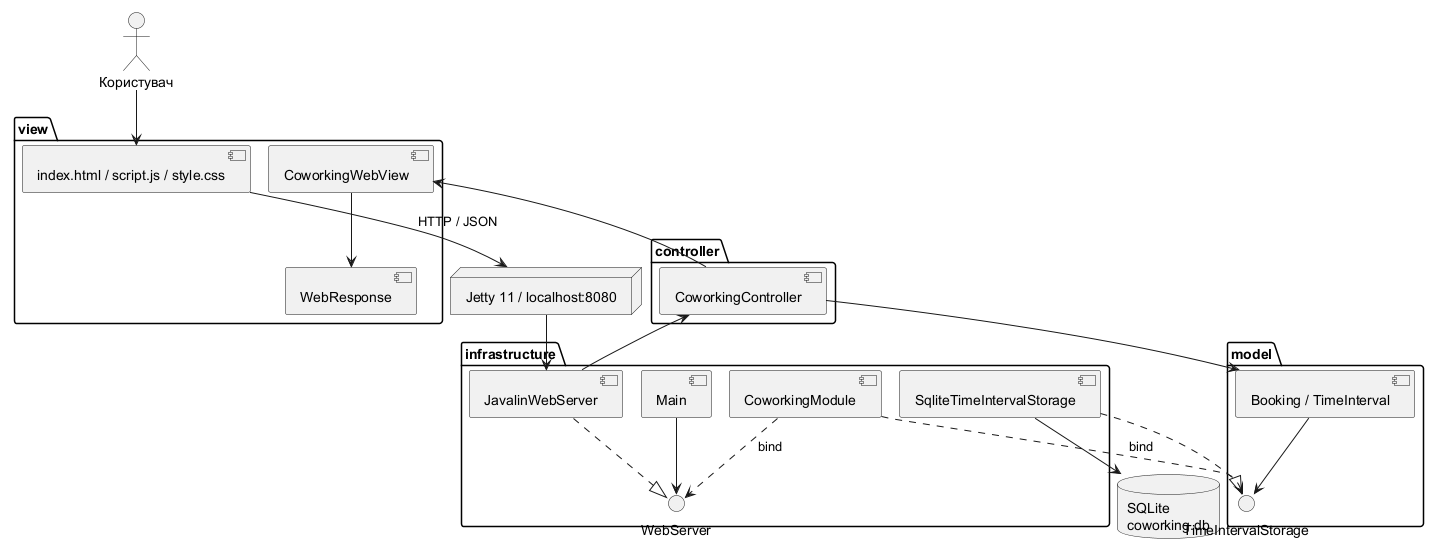
Above: docs/component.png in auulina21/coworking-19 (PlantUML), before the change.
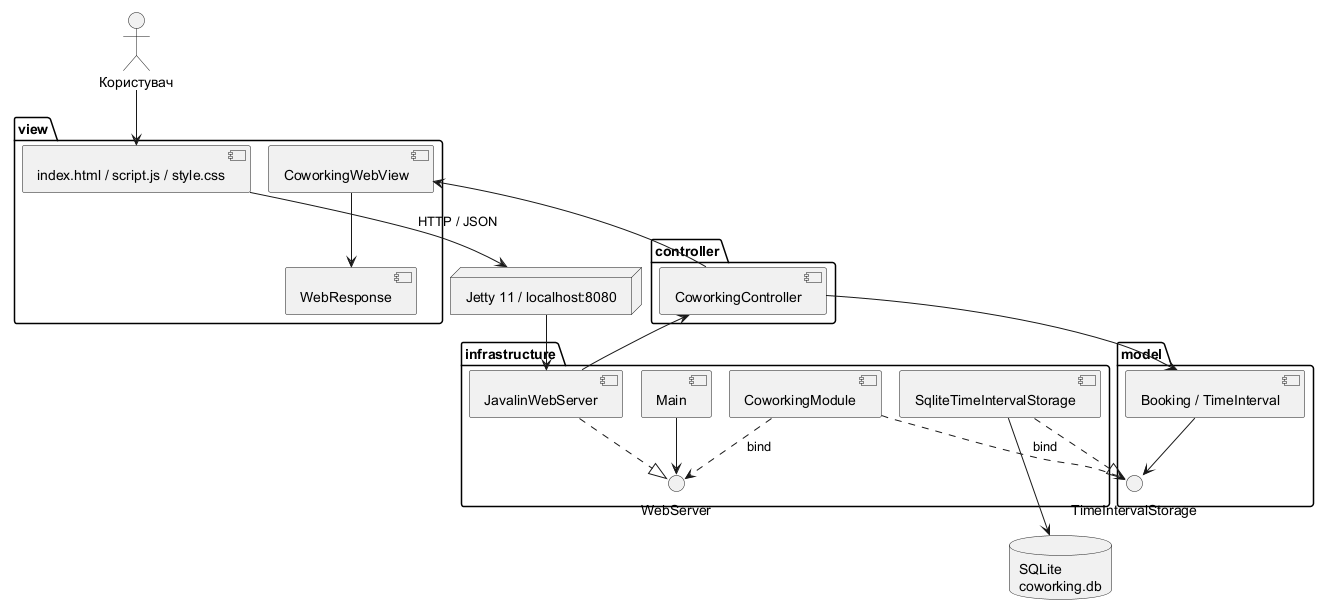
After the change.

Diff of the diagram source:
```diff
@@ -36,4 +36,5 @@
 Main --> Server
 Module ..> Storage : bind
 Module ..> Server : bind
+Storage -[hidden]down- DB
 @enduml
```
